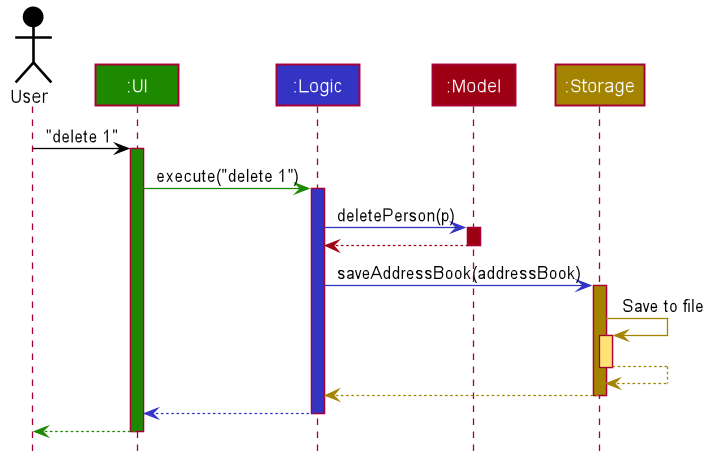
nus-cs2103-AY2122S1/tp keeps this PlantUML diagram as docs/images/ArchitectureSequenceDiagram.png. Above is the earlier version.
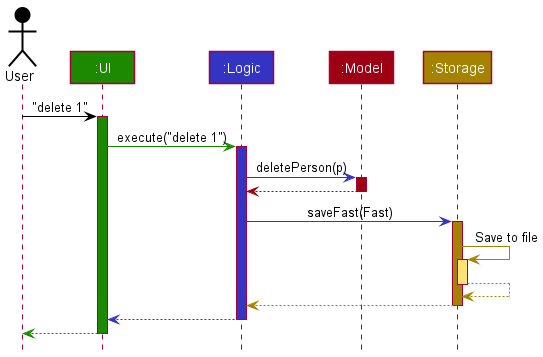
After the change.

Change to the diagram source:
```diff
@@ -1,85 +1,38 @@
 @startuml
+!include style.puml
 
+Actor User as user USER_COLOR
+Participant ":UI" as ui UI_COLOR
+Participant ":Logic" as logic LOGIC_COLOR
+Participant ":Model" as model MODEL_COLOR
+Participant ":Storage" as storage STORAGE_COLOR
 
+user -[USER_COLOR]> ui : "delete 1"
+activate ui UI_COLOR
 
+ui -[UI_COLOR]> logic : execute("delete 1")
+activate logic LOGIC_COLOR
 
+logic -[LOGIC_COLOR]> model : deletePerson(p)
+activate model MODEL_COLOR
 
-
-
-
-skinparam BackgroundColor #FFFFFFF
-
-skinparam Shadowing false
-
-skinparam Class {
-    FontColor #FFFFFF
-    BorderThickness 1
-    BorderColor #FFFFFF
-    StereotypeFontColor #FFFFFF
-    FontName Arial
-}
-
-skinparam Actor {
-    BorderColor #000000
-    Color #000000
-    FontName Arial
-}
-
-skinparam Sequence {
-    MessageAlign center
-    BoxFontSize 15
-    BoxPadding 0
-    BoxFontColor #FFFFFF
-    FontName Arial
-}
-
-skinparam Participant {
-    FontColor #FFFFFFF
-    Padding 20
-}
-
-skinparam MinClassWidth 50
-skinparam ParticipantPadding 10
-skinparam Shadowing false
-skinparam DefaultTextAlignment center
-skinparam packageStyle Rectangle
-
-hide footbox
-hide members
-hide circle
-
-Actor User as user #000000
-Participant ":UI" as ui #1D8900
-Participant ":Logic" as logic #3333C4
-Participant ":Model" as model #9D0012
-Participant ":Storage" as storage #A38300
-
-user -[#000000]> ui : "delete 1"
-activate ui #1D8900
-
-ui -[#1D8900]> logic : execute("delete 1")
-activate logic #3333C4
-
-logic -[#3333C4]> model : deletePerson(p)
-activate model #9D0012
-
-model -[#9D0012]-> logic
+model -[MODEL_COLOR]-> logic
 deactivate model
 
-logic -[#3333C4]> storage : saveAddressBook(addressBook)
-activate storage #A38300
+logic -[LOGIC_COLOR]> storage : saveFast(Fast)
+activate storage STORAGE_COLOR
 
-storage -[#A38300]> storage : Save to file
-activate storage #FFE374
-storage --[#A38300]> storage
+storage -[STORAGE_COLOR]> storage : Save to file
+activate storage STORAGE_COLOR_T1
+storage --[STORAGE_COLOR]> storage
 deactivate storage
 
-storage --[#A38300]> logic
+storage --[STORAGE_COLOR]> logic
 deactivate storage
 
-logic --[#3333C4]> ui
+logic --[LOGIC_COLOR]> ui
 deactivate logic
 
-ui--[#1D8900]> user
+ui--[UI_COLOR]> user
 deactivate ui
 @enduml
```
